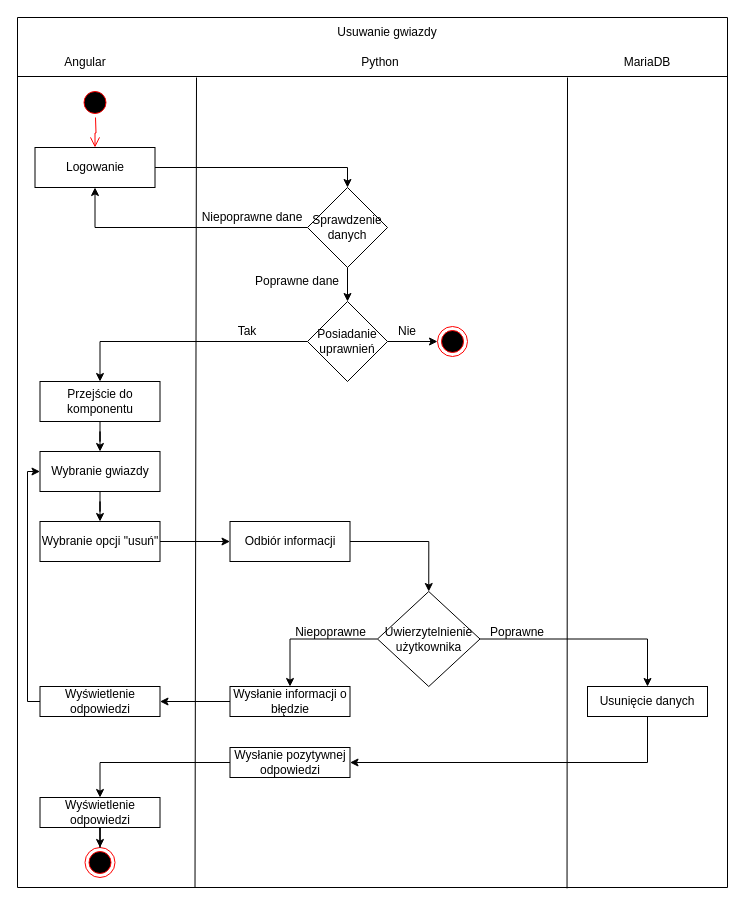
Above: Diagram/RemoveStar.drawio in Quadium9/Projekt_I (draw.io), before the change. Source tidied: cells renumbered, new cells numbered last; positions are measured from the earlier drawing's top-left corner, leaving out a move shared by most shapes. Both pictures are drawn from the tidied source at 100%, with x=0, y=0 at pixel (17, 17).
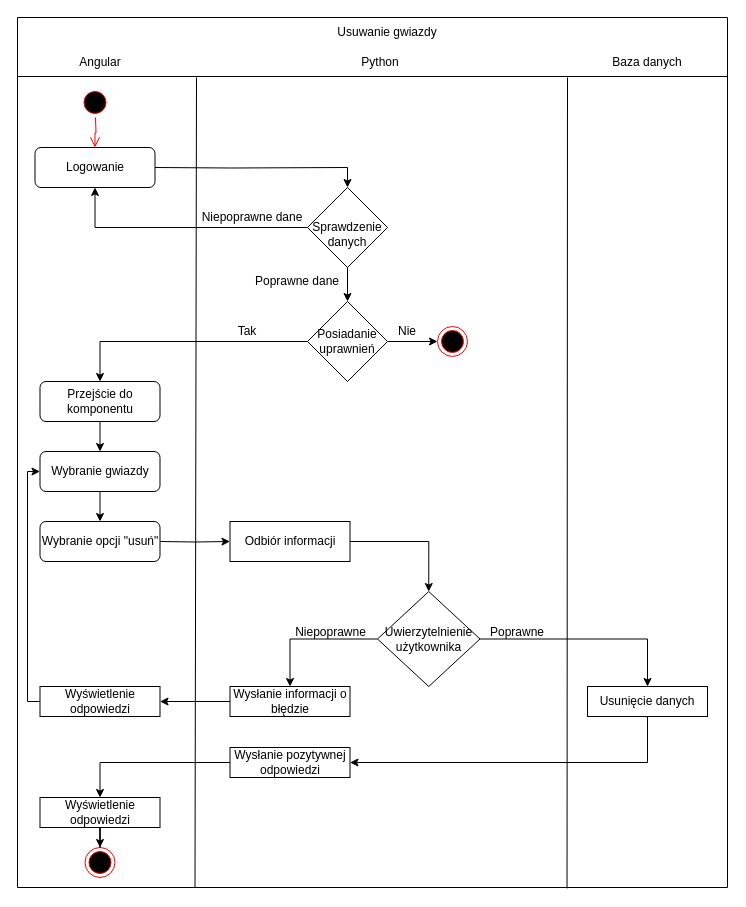
The same diagram, later.

The change refers to these unchanged cells:
```xml
<mxCell id="2" style="swimlane;startSize=0;" parent="1" vertex="1">
  <mxGeometry width="710" height="870" as="geometry" />
</mxCell>
<mxCell id="24" value="Posiadanie uprawnień" style="rhombus;whiteSpace=wrap;html=1;" parent="2" vertex="1">
  <mxGeometry x="290" y="284" width="80" height="80" as="geometry" />
</mxCell>
<mxCell id="30" value="Odbiór informacji" style="rounded=0;whiteSpace=wrap;html=1;" parent="2" vertex="1">
  <mxGeometry x="212.5" y="504" width="120" height="40" as="geometry" />
</mxCell>
<mxCell id="39" value="Wyświetlenie odpowiedzi" style="rounded=0;whiteSpace=wrap;html=1;" parent="2" vertex="1">
  <mxGeometry x="22.5" y="669" width="120" height="30" as="geometry" />
</mxCell>
```

What changed in the source:
```diff
@@
     <mxCell id="3" value="Angular" style="text;html=1;strokeColor=none;fillColor=none;align=center;verticalAlign=middle;whiteSpace=wrap;rounded=0;" parent="2" vertex="1">
-      <mxGeometry x="37.5" y="30" width="60" height="30" as="geometry" />
+      <mxGeometry x="52.5" y="30" width="60" height="30" as="geometry" />
     </mxCell>
-    <mxCell id="4" value="MariaDB" style="text;html=1;strokeColor=none;fillColor=none;align=center;verticalAlign=middle;whiteSpace=wrap;rounded=0;" parent="2" vertex="1">
-      <mxGeometry x="600" y="30" width="60" height="30" as="geometry" />
+    <mxCell id="4" value="Baza danych" style="text;html=1;strokeColor=none;fillColor=none;align=center;verticalAlign=middle;whiteSpace=wrap;rounded=0;" parent="2" vertex="1">
+      <mxGeometry x="580" y="30" width="100" height="30" as="geometry" />
     </mxCell>
@@
-    <mxCell id="10" style="edgeStyle=orthogonalEdgeStyle;rounded=0;jettySize=auto;html=1;entryX=0.5;entryY=0;entryDx=0;entryDy=0;" parent="2" edge="1" source="11" target="14">
-      <mxGeometry relative="1" as="geometry" />
+    <mxCell id="10" style="edgeStyle=orthogonalEdgeStyle;rounded=0;jettySize=auto;html=1;entryX=0.5;entryY=0;entryDx=0;entryDy=0;" parent="2" edge="1" target="14">
+      <mxGeometry relative="1" as="geometry">
+        <mxPoint x="137.5" y="150" as="sourcePoint" />
+      </mxGeometry>
     </mxCell>
-    <mxCell id="11" value="Logowanie" style="rounded=0;whiteSpace=wrap;html=1;" parent="2" vertex="1">
-      <mxGeometry x="17.5" y="130" width="120" height="40" as="geometry" />
-    </mxCell>
-    <mxCell id="12" style="edgeStyle=orthogonalEdgeStyle;rounded=0;jettySize=auto;html=1;entryX=0.5;entryY=1;entryDx=0;entryDy=0;" parent="2" edge="1" source="14" target="11">
-      <mxGeometry relative="1" as="geometry" />
+    <mxCell id="12" style="edgeStyle=orthogonalEdgeStyle;rounded=0;jettySize=auto;html=1;entryX=0.5;entryY=1;entryDx=0;entryDy=0;" parent="2" edge="1" source="14">
+      <mxGeometry relative="1" as="geometry">
+        <mxPoint x="77.5" y="170" as="targetPoint" />
+        <Array as="points">
+          <mxPoint x="78" y="210" />
+          <mxPoint x="78" y="170" />
+        </Array>
+      </mxGeometry>
     </mxCell>
@@
-    <mxCell id="14" value="Sprawdzenie danych" style="rhombus;whiteSpace=wrap;html=1;" parent="2" vertex="1">
+    <mxCell id="14" value="&lt;br&gt;Sprawdzenie danych" style="rhombus;whiteSpace=wrap;html=1;" parent="2" vertex="1">
       <mxGeometry x="290" y="170" width="80" height="80" as="geometry" />
     </mxCell>
-    <mxCell id="15" style="edgeStyle=orthogonalEdgeStyle;rounded=0;jettySize=auto;html=1;entryX=0.5;entryY=0;entryDx=0;entryDy=0;" parent="2" edge="1" source="16" target="19">
-      <mxGeometry relative="1" as="geometry" />
+    <mxCell id="15" style="edgeStyle=orthogonalEdgeStyle;rounded=0;orthogonalLoop=1;jettySize=auto;html=1;entryX=0.5;entryY=0;entryDx=0;entryDy=0;" parent="2" edge="1">
+      <mxGeometry relative="1" as="geometry">
+        <mxPoint x="82.5" y="404" as="sourcePoint" />
+        <mxPoint x="82.5" y="434" as="targetPoint" />
+      </mxGeometry>
     </mxCell>
-    <mxCell id="16" value="Przejście do komponentu" style="rounded=0;whiteSpace=wrap;html=1;" parent="2" vertex="1">
-      <mxGeometry x="22.5" y="364" width="120" height="40" as="geometry" />
-    </mxCell>
@@
-    <mxCell id="18" style="edgeStyle=orthogonalEdgeStyle;rounded=0;jettySize=auto;html=1;" parent="2" edge="1" source="19" target="21">
-      <mxGeometry relative="1" as="geometry" />
+    <mxCell id="18" style="edgeStyle=orthogonalEdgeStyle;rounded=0;orthogonalLoop=1;jettySize=auto;html=1;" parent="2" edge="1">
+      <mxGeometry relative="1" as="geometry">
+        <mxPoint x="82.5" y="474" as="sourcePoint" />
+        <mxPoint x="82.5" y="504" as="targetPoint" />
+      </mxGeometry>
     </mxCell>
-    <mxCell id="19" value="Wybranie gwiazdy" style="rounded=0;whiteSpace=wrap;html=1;" parent="2" vertex="1">
-      <mxGeometry x="22.5" y="434" width="120" height="40" as="geometry" />
-    </mxCell>
-    <mxCell id="20" style="edgeStyle=orthogonalEdgeStyle;rounded=0;jettySize=auto;html=1;" parent="2" edge="1" source="21" target="30">
-      <mxGeometry relative="1" as="geometry" />
+    <mxCell id="20" style="edgeStyle=orthogonalEdgeStyle;rounded=0;jettySize=auto;html=1;" parent="2" edge="1" target="30">
+      <mxGeometry relative="1" as="geometry">
+        <mxPoint x="142.5" y="524" as="sourcePoint" />
+      </mxGeometry>
     </mxCell>
-    <mxCell id="21" value="Wybranie opcji &quot;usuń&quot;" style="rounded=0;whiteSpace=wrap;html=1;" parent="2" vertex="1">
-      <mxGeometry x="22.5" y="504" width="120" height="40" as="geometry" />
-    </mxCell>
@@
-    <mxCell id="23" style="edgeStyle=orthogonalEdgeStyle;rounded=0;jettySize=auto;html=1;entryX=0.5;entryY=0;entryDx=0;entryDy=0;" parent="2" edge="1" source="24" target="16">
-      <mxGeometry relative="1" as="geometry" />
+    <mxCell id="23" style="edgeStyle=orthogonalEdgeStyle;rounded=0;jettySize=auto;html=1;entryX=0.5;entryY=0;entryDx=0;entryDy=0;" parent="2" edge="1" source="24">
+      <mxGeometry relative="1" as="geometry">
+        <mxPoint x="82.5" y="364" as="targetPoint" />
+        <Array as="points">
+          <mxPoint x="83" y="324" />
+          <mxPoint x="83" y="364" />
+        </Array>
+      </mxGeometry>
     </mxCell>
@@
-    <mxCell id="38" style="edgeStyle=orthogonalEdgeStyle;rounded=0;jettySize=auto;html=1;entryX=0;entryY=0.5;entryDx=0;entryDy=0;" parent="2" edge="1" source="39" target="19">
+    <mxCell id="38" style="edgeStyle=orthogonalEdgeStyle;rounded=0;jettySize=auto;html=1;entryX=0;entryY=0.5;entryDx=0;entryDy=0;" parent="2" edge="1" source="39">
       <mxGeometry relative="1" as="geometry">
+        <mxPoint x="22.5" y="454" as="targetPoint" />
         <Array as="points">
           <mxPoint x="10" y="684" />
           <mxPoint x="10" y="454" />
         </Array>
       </mxGeometry>
     </mxCell>
@@
+    <mxCell id="11" value="&lt;span&gt;Logowanie&lt;/span&gt;" style="rounded=1;whiteSpace=wrap;html=1;" parent="2" vertex="1">
+      <mxGeometry x="17.5" y="130" width="120" height="40" as="geometry" />
+    </mxCell>
+    <mxCell id="16" value="Przejście do komponentu" style="rounded=1;whiteSpace=wrap;html=1;" parent="2" vertex="1">
+      <mxGeometry x="22.5" y="364" width="120" height="40" as="geometry" />
+    </mxCell>
+    <mxCell id="19" value="Wybranie gwiazdy" style="rounded=1;whiteSpace=wrap;html=1;" parent="2" vertex="1">
+      <mxGeometry x="22.5" y="434" width="120" height="40" as="geometry" />
+    </mxCell>
+    <mxCell id="21" value="Wybranie opcji &quot;usuń&quot;" style="rounded=1;whiteSpace=wrap;html=1;" parent="2" vertex="1">
+      <mxGeometry x="22.5" y="504" width="120" height="40" as="geometry" />
+    </mxCell>
```
